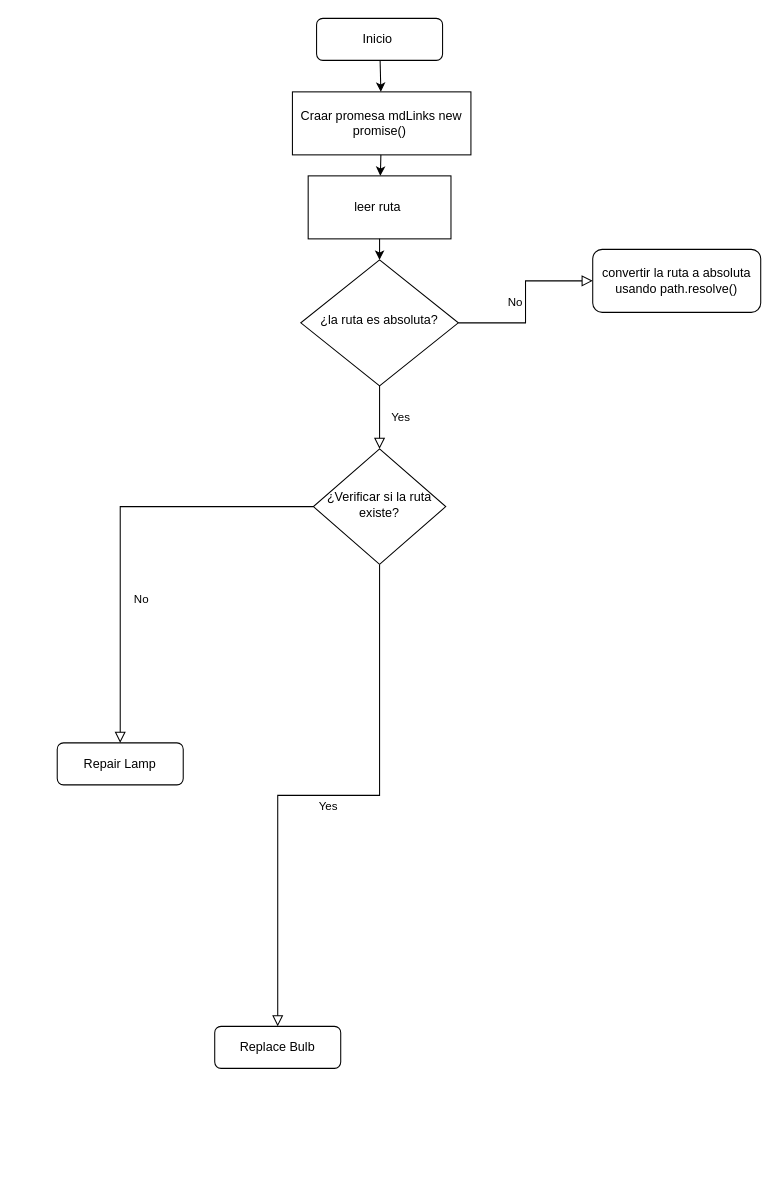
Before: Diagrama sin título.drawio in jazminmontenegro/DEV010-md-links, a draw.io diagram. Source tidied: cells renumbered, new cells numbered last; positions are measured from the earlier drawing's top-left corner, leaving out a move shared by most shapes. Both pictures are drawn from the tidied source at 105%, with x=0, y=0 at pixel (57, 18).
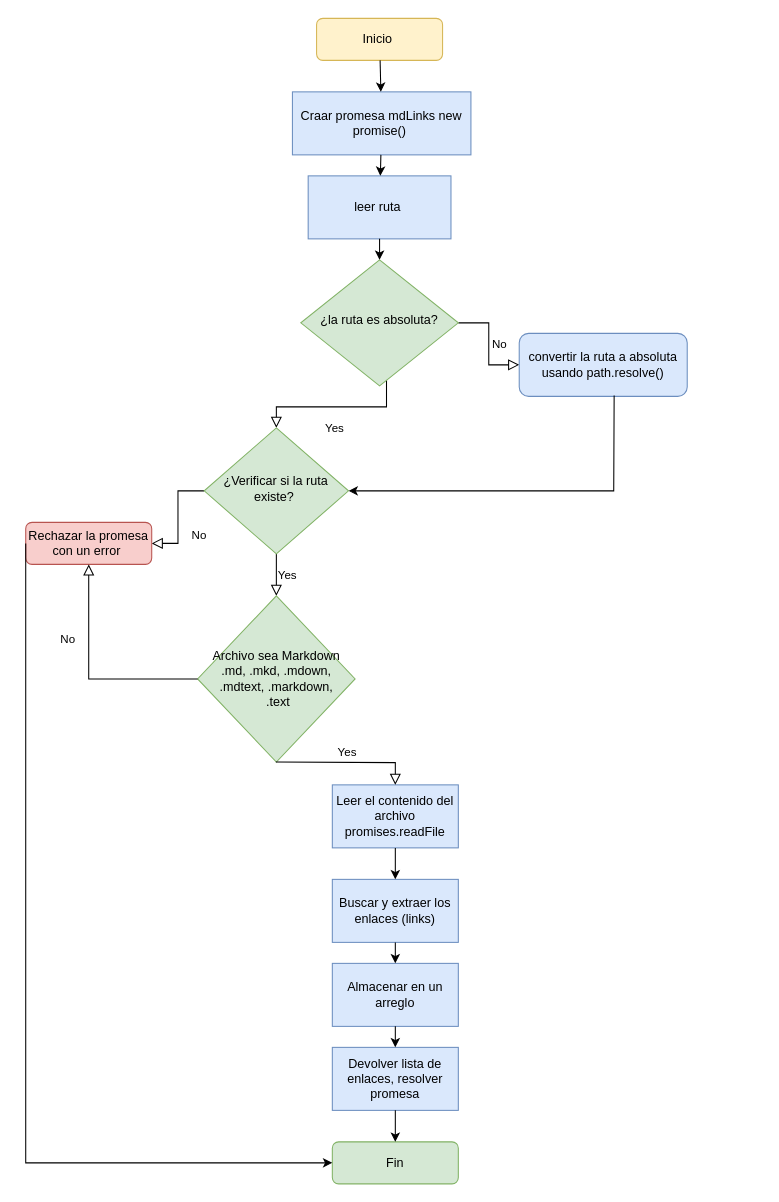
The same page after the edit.

Change to the diagram source:
```diff
@@
-    <mxCell id="2" value="Inicio&amp;nbsp;" style="rounded=1;whiteSpace=wrap;html=1;fontSize=12;glass=0;strokeWidth=1;shadow=0;" parent="1" vertex="1">
+    <mxCell id="2" value="Inicio&amp;nbsp;" style="rounded=1;whiteSpace=wrap;html=1;fontSize=12;glass=0;strokeWidth=1;shadow=0;fillColor=#fff2cc;strokeColor=#d6b656;" parent="1" vertex="1">
       <mxGeometry x="247" width="120" height="40" as="geometry" />
     </mxCell>
-    <mxCell id="3" value="Yes" style="rounded=0;html=1;jettySize=auto;fontSize=11;endArrow=block;endFill=0;endSize=8;strokeWidth=1;shadow=0;labelBackgroundColor=none;edgeStyle=orthogonalEdgeStyle;" parent="1" edge="1" source="5" target="9">
+    <mxCell id="3" value="Yes" style="rounded=0;html=1;jettySize=auto;fontSize=11;endArrow=block;endFill=0;endSize=8;strokeWidth=1;shadow=0;labelBackgroundColor=none;edgeStyle=orthogonalEdgeStyle;exitX=0.544;exitY=0.943;exitDx=0;exitDy=0;exitPerimeter=0;" parent="1" edge="1" source="5" target="9">
       <mxGeometry y="20" relative="1" as="geometry" />
     </mxCell>
@@
-    <mxCell id="5" value="¿la ruta es absoluta?" style="rhombus;whiteSpace=wrap;html=1;shadow=0;fontFamily=Helvetica;fontSize=12;align=center;strokeWidth=1;spacing=6;spacingTop=-4;" parent="1" vertex="1">
+    <mxCell id="5" value="¿la ruta es absoluta?" style="rhombus;whiteSpace=wrap;html=1;shadow=0;fontFamily=Helvetica;fontSize=12;align=center;strokeWidth=1;spacing=6;spacingTop=-4;fillColor=#d5e8d4;strokeColor=#82b366;" parent="1" vertex="1">
       <mxGeometry x="232" y="230" width="150" height="120" as="geometry" />
     </mxCell>
-    <mxCell id="6" value="convertir la ruta a absoluta usando path.resolve()" style="rounded=1;whiteSpace=wrap;html=1;fontSize=12;glass=0;strokeWidth=1;shadow=0;" parent="1" vertex="1">
-      <mxGeometry x="510" y="220" width="160" height="60" as="geometry" />
+    <mxCell id="6" value="convertir la ruta a absoluta usando path.resolve()" style="rounded=1;whiteSpace=wrap;html=1;fontSize=12;glass=0;strokeWidth=1;shadow=0;fillColor=#dae8fc;strokeColor=#6c8ebf;" parent="1" vertex="1">
+      <mxGeometry x="440" y="300" width="160" height="60" as="geometry" />
     </mxCell>
@@
-    <mxCell id="8" value="Yes" style="edgeStyle=orthogonalEdgeStyle;rounded=0;html=1;jettySize=auto;fontSize=11;endArrow=block;endFill=0;endSize=8;strokeWidth=1;shadow=0;labelBackgroundColor=none;" parent="1" edge="1" source="9" target="11">
+    <mxCell id="8" value="Yes" style="edgeStyle=orthogonalEdgeStyle;rounded=0;html=1;jettySize=auto;fontSize=11;endArrow=block;endFill=0;endSize=8;strokeWidth=1;shadow=0;labelBackgroundColor=none;" parent="1" edge="1" source="9" target="17">
       <mxGeometry y="10" relative="1" as="geometry" />
     </mxCell>
-    <mxCell id="9" value="¿Verificar si la ruta existe?" style="rhombus;whiteSpace=wrap;html=1;shadow=0;fontFamily=Helvetica;fontSize=12;align=center;strokeWidth=1;spacing=6;spacingTop=-4;" parent="1" vertex="1">
-      <mxGeometry x="244" y="410" width="126" height="110" as="geometry" />
+    <mxCell id="9" value="¿Verificar si la ruta existe?&amp;nbsp;" style="rhombus;whiteSpace=wrap;html=1;shadow=0;fontFamily=Helvetica;fontSize=12;align=center;strokeWidth=1;spacing=6;spacingTop=-4;fillColor=#d5e8d4;strokeColor=#82b366;" parent="1" vertex="1">
+      <mxGeometry x="140" y="390" width="137.4" height="120" as="geometry" />
     </mxCell>
-    <mxCell id="10" value="Repair Lamp" style="rounded=1;whiteSpace=wrap;html=1;fontSize=12;glass=0;strokeWidth=1;shadow=0;" parent="1" vertex="1">
-      <mxGeometry y="690" width="120" height="40" as="geometry" />
+    <mxCell id="10" value="Rechazar la promesa con un error&amp;nbsp;" style="rounded=1;whiteSpace=wrap;html=1;fontSize=12;glass=0;strokeWidth=1;shadow=0;fillColor=#f8cecc;strokeColor=#b85450;" parent="1" vertex="1">
+      <mxGeometry x="-30" y="480" width="120" height="40" as="geometry" />
     </mxCell>
-    <mxCell id="11" value="Replace Bulb" style="rounded=1;whiteSpace=wrap;html=1;fontSize=12;glass=0;strokeWidth=1;shadow=0;" parent="1" vertex="1">
-      <mxGeometry x="150" y="960" width="120" height="40" as="geometry" />
-    </mxCell>
-    <mxCell id="12" value="leer ruta&amp;nbsp;" style="rounded=0;whiteSpace=wrap;html=1;" parent="1" vertex="1">
+    <mxCell id="12" value="leer ruta&amp;nbsp;" style="rounded=0;whiteSpace=wrap;html=1;fillColor=#dae8fc;strokeColor=#6c8ebf;" parent="1" vertex="1">
       <mxGeometry x="239" y="150" width="136" height="60" as="geometry" />
     </mxCell>
-    <mxCell id="13" value="Craar promesa mdLinks new promise()&amp;nbsp;" style="rounded=0;whiteSpace=wrap;html=1;" parent="1" vertex="1">
+    <mxCell id="13" value="Craar promesa mdLinks new promise()&amp;nbsp;" style="rounded=0;whiteSpace=wrap;html=1;fillColor=#dae8fc;strokeColor=#6c8ebf;" parent="1" vertex="1">
       <mxGeometry x="224" y="70" width="170" height="60" as="geometry" />
     </mxCell>
@@
+    <mxCell id="17" value="Archivo sea Markdown .md, .mkd, .mdown, .mdtext, .markdown,&lt;br&gt;&amp;nbsp;.text" style="rhombus;whiteSpace=wrap;html=1;fillColor=#d5e8d4;strokeColor=#82b366;" parent="1" vertex="1">
+      <mxGeometry x="133.7" y="550" width="150" height="158.3" as="geometry" />
+    </mxCell>
+    <mxCell id="18" value="No" style="rounded=0;html=1;jettySize=auto;fontSize=11;endArrow=block;endFill=0;endSize=8;strokeWidth=1;shadow=0;labelBackgroundColor=none;edgeStyle=orthogonalEdgeStyle;exitX=0;exitY=0.5;exitDx=0;exitDy=0;entryX=0.5;entryY=1;entryDx=0;entryDy=0;" parent="1" edge="1" source="17" target="10">
+      <mxGeometry x="0.33" y="20" relative="1" as="geometry" />
+    </mxCell>
+    <mxCell id="19" value="Leer el contenido del archivo promises.readFile" style="rounded=0;whiteSpace=wrap;html=1;fillColor=#dae8fc;strokeColor=#6c8ebf;" parent="1" vertex="1">
+      <mxGeometry x="262" y="730" width="120" height="60" as="geometry" />
+    </mxCell>
+    <mxCell id="20" value="Yes" style="edgeStyle=orthogonalEdgeStyle;rounded=0;html=1;jettySize=auto;fontSize=11;endArrow=block;endFill=0;endSize=8;strokeWidth=1;shadow=0;labelBackgroundColor=none;entryX=0.5;entryY=0;entryDx=0;entryDy=0;" parent="1" edge="1" target="19">
+      <mxGeometry y="10" relative="1" as="geometry">
+        <mxPoint x="208.2" y="708.3" as="sourcePoint" />
+      </mxGeometry>
+    </mxCell>
+    <mxCell id="21" value="Buscar y extraer los enlaces (links)" style="rounded=0;whiteSpace=wrap;html=1;fillColor=#dae8fc;strokeColor=#6c8ebf;" parent="1" vertex="1">
+      <mxGeometry x="262" y="820" width="120" height="60" as="geometry" />
+    </mxCell>
+    <mxCell id="22" value="Almacenar en un arreglo" style="rounded=0;whiteSpace=wrap;html=1;fillColor=#dae8fc;strokeColor=#6c8ebf;" parent="1" vertex="1">
+      <mxGeometry x="262" y="900" width="120" height="60" as="geometry" />
+    </mxCell>
+    <mxCell id="23" value="Devolver lista de enlaces, resolver promesa" style="rounded=0;whiteSpace=wrap;html=1;fillColor=#dae8fc;strokeColor=#6c8ebf;" parent="1" vertex="1">
+      <mxGeometry x="262" y="980" width="120" height="60" as="geometry" />
+    </mxCell>
+    <mxCell id="24" value="Fin" style="rounded=1;whiteSpace=wrap;html=1;fontSize=12;glass=0;strokeWidth=1;shadow=0;fillColor=#d5e8d4;strokeColor=#82b366;" parent="1" vertex="1">
+      <mxGeometry x="262" y="1070" width="120" height="40" as="geometry" />
+    </mxCell>
+    <mxCell id="25" style="endArrow=classic;html=1;rounded=0;" parent="1" edge="1" source="19" target="21">
+      <mxGeometry relative="1" as="geometry" />
+    </mxCell>
+    <mxCell id="26" style="endArrow=classic;html=1;rounded=0;exitX=0.5;exitY=1;exitDx=0;exitDy=0;" parent="1" edge="1" source="21" target="22">
+      <mxGeometry relative="1" as="geometry" />
+    </mxCell>
+    <mxCell id="27" style="endArrow=classic;html=1;rounded=0;" parent="1" edge="1" source="22" target="23">
+      <mxGeometry relative="1" as="geometry" />
+    </mxCell>
+    <mxCell id="28" style="endArrow=classic;html=1;rounded=0;" parent="1" edge="1" source="23" target="24">
+      <mxGeometry relative="1" as="geometry" />
+    </mxCell>
+    <mxCell id="29" style="endArrow=classic;html=1;rounded=0;exitX=0.565;exitY=0.987;exitDx=0;exitDy=0;exitPerimeter=0;" parent="1" edge="1" source="6" target="9">
+      <mxGeometry relative="1" as="geometry">
+        <Array as="points">
+          <mxPoint x="530" y="450" />
+        </Array>
+      </mxGeometry>
+    </mxCell>
+    <mxCell id="30" style="endArrow=classic;html=1;rounded=0;entryX=0;entryY=0.5;entryDx=0;entryDy=0;exitX=0;exitY=0.5;exitDx=0;exitDy=0;" parent="1" edge="1" source="10" target="24">
+      <mxGeometry relative="1" as="geometry">
+        <Array as="points">
+          <mxPoint x="-30" y="850" />
+          <mxPoint x="-30" y="1090" />
+        </Array>
+      </mxGeometry>
+    </mxCell>
```
